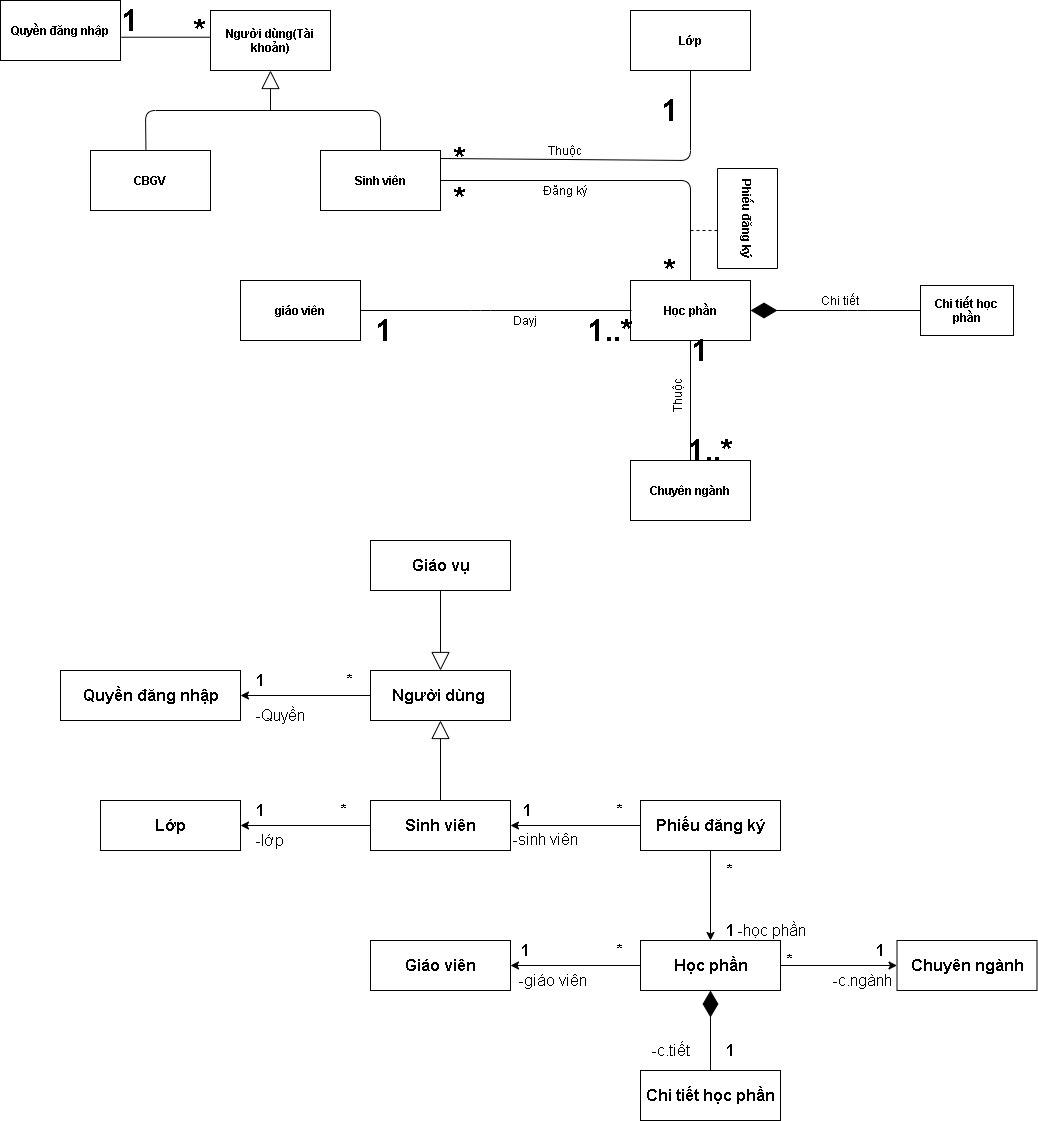
Dat0309/Cong-Nghe-Phan-Mem keeps this draw.io diagram as Ctk43/Phần Mềm Đăng Ký Học Phần/Class Diagram.drawio.png. Above is the earlier version. Source tidied: cells renumbered, new cells last; positions are measured from the earlier drawing's top-left corner, leaving out a move shared by most shapes.
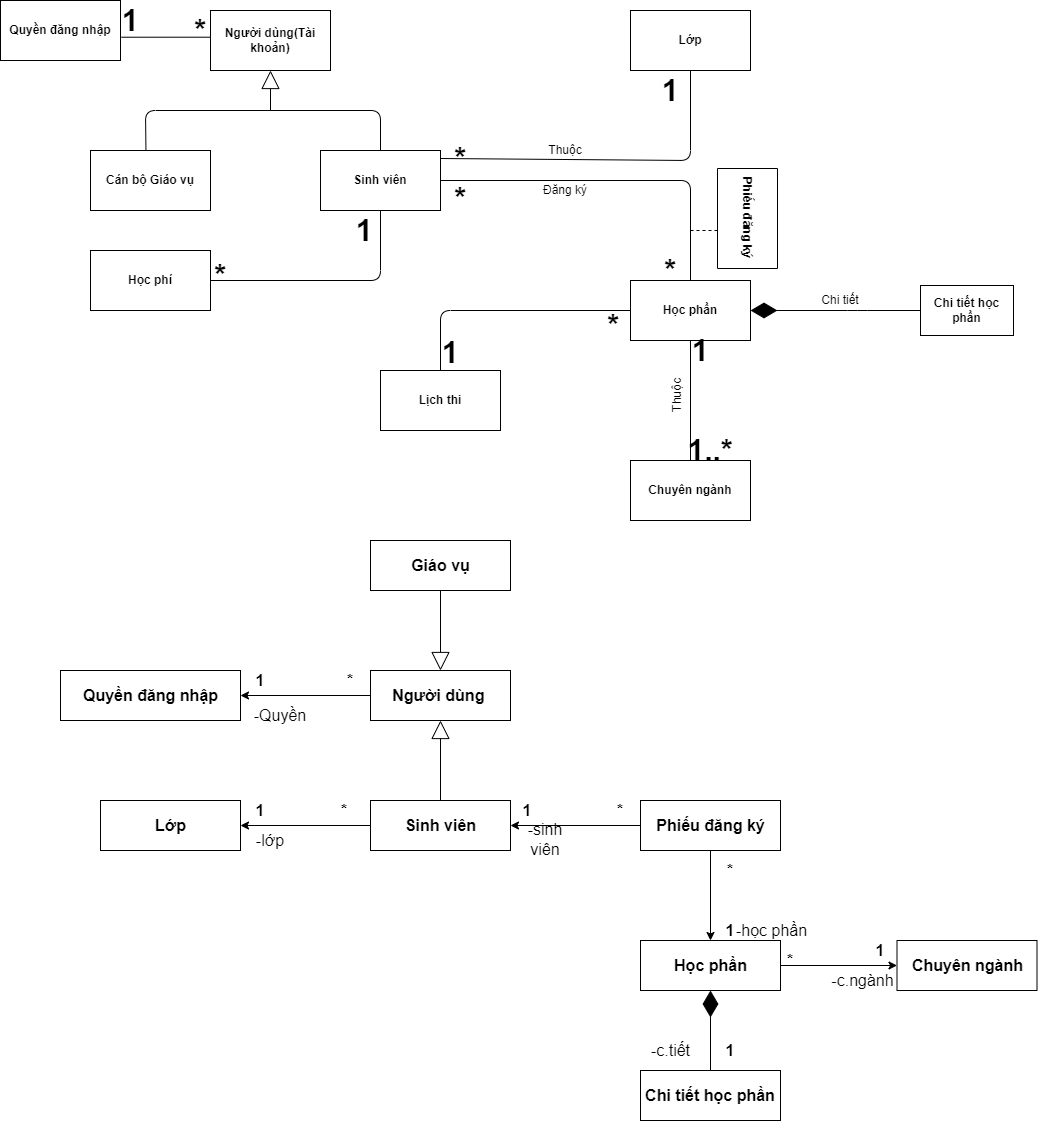
After the commit.

The edit, as a diff of the source:
```diff
@@ -14,7 +14,7 @@
     <mxCell id="5" value="&lt;b&gt;Quyền đăng nhập&lt;/b&gt;" style="rounded=0;whiteSpace=wrap;html=1;" parent="1" vertex="1">
       <mxGeometry width="120" height="60" as="geometry" />
     </mxCell>
-    <mxCell id="6" value="&lt;b&gt;CBGV&lt;/b&gt;" style="rounded=0;whiteSpace=wrap;html=1;" parent="1" vertex="1">
+    <mxCell id="6" value="&lt;b&gt;Cán bộ Giáo vụ&lt;/b&gt;" style="rounded=0;whiteSpace=wrap;html=1;" parent="1" vertex="1">
       <mxGeometry x="90" y="150" width="120" height="60" as="geometry" />
     </mxCell>
     <mxCell id="7" value="&lt;b&gt;Lớp&lt;/b&gt;" style="rounded=0;whiteSpace=wrap;html=1;" parent="1" vertex="1">
@@ -23,9 +23,6 @@
     <mxCell id="8" value="&lt;b&gt;Chuyên ngành&lt;br&gt;&lt;/b&gt;" style="rounded=0;whiteSpace=wrap;html=1;" parent="1" vertex="1">
       <mxGeometry x="630" y="460" width="120" height="60" as="geometry" />
     </mxCell>
-    <mxCell id="9" value="&lt;b&gt;giáo viên&lt;/b&gt;" style="rounded=0;whiteSpace=wrap;html=1;" parent="1" vertex="1">
-      <mxGeometry x="240" y="280" width="120" height="60" as="geometry" />
-    </mxCell>
     <mxCell id="10" style="edgeStyle=orthogonalEdgeStyle;rounded=0;orthogonalLoop=1;jettySize=auto;html=1;exitX=0.5;exitY=1;exitDx=0;exitDy=0;fontStyle=1;fontSize=16;" parent="1" edge="1">
       <mxGeometry relative="1" as="geometry">
         <mxPoint x="444" y="520" as="sourcePoint" />
@@ -58,14 +55,6 @@
     <mxCell id="15" style="endArrow=none;html=1;exitX=0.5;exitY=0;exitDx=0;exitDy=0;entryX=0.5;entryY=1;entryDx=0;entryDy=0;" parent="1" edge="1" source="8" target="4">
       <mxGeometry relative="1" as="geometry" />
     </mxCell>
-    <mxCell id="16" style="endArrow=none;html=1;exitX=1;exitY=0.5;exitDx=0;exitDy=0;" parent="1" edge="1" source="9">
-      <mxGeometry relative="1" as="geometry">
-        <mxPoint x="631" y="310" as="targetPoint" />
-        <Array as="points">
-          <mxPoint x="480" y="310" />
-        </Array>
-      </mxGeometry>
-    </mxCell>
     <mxCell id="17" style="endArrow=none;html=1;exitX=1.006;exitY=0.612;exitDx=0;exitDy=0;exitPerimeter=0;entryX=-0.001;entryY=0.445;entryDx=0;entryDy=0;entryPerimeter=0;" parent="1" edge="1" source="5" target="2">
       <mxGeometry relative="1" as="geometry" />
     </mxCell>
@@ -101,7 +90,7 @@
       <mxGeometry x="440" y="148" width="40" height="20" as="geometry" />
     </mxCell>
     <mxCell id="27" value="&lt;font style=&quot;font-size: 30px&quot;&gt;1&lt;/font&gt;" style="text;html=1;strokeColor=none;fillColor=none;align=center;verticalAlign=middle;whiteSpace=wrap;rounded=0;rotation=0;fontStyle=1;" parent="1" vertex="1">
-      <mxGeometry x="650" y="100" width="40" height="20" as="geometry" />
+      <mxGeometry x="650" y="80" width="40" height="20" as="geometry" />
     </mxCell>
     <mxCell id="28" value="&lt;font style=&quot;font-size: 30px&quot;&gt;*&lt;/font&gt;" style="text;html=1;strokeColor=none;fillColor=none;align=center;verticalAlign=middle;whiteSpace=wrap;rounded=0;rotation=0;fontStyle=1;" parent="1" vertex="1">
       <mxGeometry x="440" y="188" width="40" height="20" as="geometry" />
@@ -109,12 +98,6 @@
     <mxCell id="29" value="&lt;font style=&quot;font-size: 30px&quot;&gt;*&lt;/font&gt;" style="text;html=1;strokeColor=none;fillColor=none;align=center;verticalAlign=middle;whiteSpace=wrap;rounded=0;rotation=0;fontStyle=1;" parent="1" vertex="1">
       <mxGeometry x="650" y="260" width="40" height="20" as="geometry" />
     </mxCell>
-    <mxCell id="30" value="&lt;font style=&quot;font-size: 30px&quot;&gt;1&lt;/font&gt;" style="text;html=1;strokeColor=none;fillColor=none;align=center;verticalAlign=middle;whiteSpace=wrap;rounded=0;rotation=0;fontStyle=1;" parent="1" vertex="1">
-      <mxGeometry x="364" y="320" width="40" height="20" as="geometry" />
-    </mxCell>
-    <mxCell id="31" value="&lt;font style=&quot;font-size: 30px&quot;&gt;1..*&lt;/font&gt;" style="text;html=1;strokeColor=none;fillColor=none;align=center;verticalAlign=middle;whiteSpace=wrap;rounded=0;rotation=0;fontStyle=1;" parent="1" vertex="1">
-      <mxGeometry x="590" y="320" width="40" height="20" as="geometry" />
-    </mxCell>
     <mxCell id="32" value="&lt;font style=&quot;font-size: 30px&quot;&gt;*&lt;/font&gt;" style="text;html=1;strokeColor=none;fillColor=none;align=center;verticalAlign=middle;whiteSpace=wrap;rounded=0;rotation=0;fontStyle=1;" parent="1" vertex="1">
       <mxGeometry x="180" y="20" width="40" height="20" as="geometry" />
     </mxCell>
@@ -134,9 +117,6 @@
         <mxPoint x="270" y="110" as="sourcePoint" />
       </mxGeometry>
     </mxCell>
-    <mxCell id="36" value="Dayj" style="text;html=1;strokeColor=none;fillColor=none;align=center;verticalAlign=middle;whiteSpace=wrap;rounded=0;" parent="1" vertex="1">
-      <mxGeometry x="500" y="310" width="50" height="20" as="geometry" />
-    </mxCell>
     <mxCell id="37" value="Quyền đăng nhập" style="html=1;fontStyle=1;fontSize=16;" parent="1" vertex="1">
       <mxGeometry x="60" y="670" width="180" height="50" as="geometry" />
     </mxCell>
@@ -182,12 +162,6 @@
     <mxCell id="51" style="endArrow=classic;html=1;entryX=0;entryY=0.5;entryDx=0;entryDy=0;exitX=1;exitY=0.5;exitDx=0;exitDy=0;fontStyle=1;fontSize=16;" parent="1" edge="1" source="48" target="50">
       <mxGeometry relative="1" as="geometry" />
     </mxCell>
-    <mxCell id="52" value="Giáo viên" style="html=1;fontStyle=1;fontSize=16;" parent="1" vertex="1">
-      <mxGeometry x="370" y="940" width="140" height="50" as="geometry" />
-    </mxCell>
-    <mxCell id="53" style="endArrow=classic;html=1;entryX=1;entryY=0.5;entryDx=0;entryDy=0;exitX=0;exitY=0.5;exitDx=0;exitDy=0;fontStyle=1;fontSize=16;" parent="1" edge="1" source="48" target="52">
-      <mxGeometry relative="1" as="geometry" />
-    </mxCell>
     <mxCell id="54" value="&lt;span style=&quot;font-size: 16px;&quot;&gt;Chi tiết học phần&lt;/span&gt;" style="rounded=0;whiteSpace=wrap;html=1;fontStyle=1;fontSize=16;" parent="1" vertex="1">
       <mxGeometry x="640" y="1070" width="140" height="50" as="geometry" />
     </mxCell>
@@ -218,12 +192,6 @@
     <mxCell id="63" value="&lt;font style=&quot;font-size: 16px;&quot;&gt;1&lt;/font&gt;" style="text;html=1;strokeColor=none;fillColor=none;align=center;verticalAlign=middle;whiteSpace=wrap;rounded=0;rotation=0;fontStyle=1;fontSize=16;" parent="1" vertex="1">
       <mxGeometry x="710" y="920" width="40" height="20" as="geometry" />
     </mxCell>
-    <mxCell id="64" value="&lt;font style=&quot;font-size: 16px;&quot;&gt;1&lt;/font&gt;" style="text;html=1;strokeColor=none;fillColor=none;align=center;verticalAlign=middle;whiteSpace=wrap;rounded=0;rotation=0;fontStyle=1;fontSize=16;" parent="1" vertex="1">
-      <mxGeometry x="505" y="940" width="40" height="20" as="geometry" />
-    </mxCell>
-    <mxCell id="65" value="&lt;font style=&quot;font-size: 16px;&quot;&gt;*&lt;/font&gt;" style="text;html=1;strokeColor=none;fillColor=none;align=center;verticalAlign=middle;whiteSpace=wrap;rounded=0;rotation=0;fontStyle=1;fontSize=16;" parent="1" vertex="1">
-      <mxGeometry x="600" y="940" width="40" height="20" as="geometry" />
-    </mxCell>
     <mxCell id="66" value="&lt;font style=&quot;font-size: 16px;&quot;&gt;*&lt;/font&gt;" style="text;html=1;strokeColor=none;fillColor=none;align=center;verticalAlign=middle;whiteSpace=wrap;rounded=0;rotation=0;fontStyle=1;fontSize=16;" parent="1" vertex="1">
       <mxGeometry x="770" y="950" width="40" height="20" as="geometry" />
     </mxCell>
@@ -242,9 +210,6 @@
     <mxCell id="71" value="&lt;font style=&quot;font-size: 16px&quot;&gt;-sinh viên&lt;/font&gt;" style="text;html=1;strokeColor=none;fillColor=none;align=center;verticalAlign=middle;whiteSpace=wrap;rounded=0;rotation=0;fontStyle=0;fontSize=16;" parent="1" vertex="1">
       <mxGeometry x="510" y="829" width="70" height="20" as="geometry" />
     </mxCell>
-    <mxCell id="72" value="&lt;font style=&quot;font-size: 16px&quot;&gt;-giáo viên&lt;/font&gt;" style="text;html=1;strokeColor=none;fillColor=none;align=center;verticalAlign=middle;whiteSpace=wrap;rounded=0;rotation=0;fontStyle=0;fontSize=16;" parent="1" vertex="1">
-      <mxGeometry x="515" y="970" width="75" height="20" as="geometry" />
-    </mxCell>
     <mxCell id="73" value="&lt;font style=&quot;font-size: 16px&quot;&gt;-học phần&lt;/font&gt;" style="text;html=1;strokeColor=none;fillColor=none;align=center;verticalAlign=middle;whiteSpace=wrap;rounded=0;rotation=0;fontStyle=0;fontSize=16;" parent="1" vertex="1">
       <mxGeometry x="734" y="920" width="75" height="20" as="geometry" />
     </mxCell>
@@ -254,5 +219,37 @@
     <mxCell id="75" value="-c.tiết" style="text;html=1;strokeColor=none;fillColor=none;align=center;verticalAlign=middle;whiteSpace=wrap;rounded=0;rotation=0;fontStyle=0;fontSize=16;" parent="1" vertex="1">
       <mxGeometry x="632.5" y="1040" width="75" height="20" as="geometry" />
     </mxCell>
+    <mxCell id="76" style="endArrow=none;html=1;entryX=0.5;entryY=1;entryDx=0;entryDy=0;exitX=1;exitY=0.5;exitDx=0;exitDy=0;" parent="1" edge="1" source="77" target="3">
+      <mxGeometry relative="1" as="geometry">
+        <Array as="points">
+          <mxPoint x="380" y="280" />
+        </Array>
+      </mxGeometry>
+    </mxCell>
+    <mxCell id="77" value="&lt;span&gt;Học phí&lt;/span&gt;" style="rounded=0;whiteSpace=wrap;html=1;fontStyle=1;" parent="1" vertex="1">
+      <mxGeometry x="90" y="250" width="120" height="60" as="geometry" />
+    </mxCell>
+    <mxCell id="78" value="&lt;span&gt;Lịch thi&lt;/span&gt;" style="rounded=0;whiteSpace=wrap;html=1;fontStyle=1;" parent="1" vertex="1">
+      <mxGeometry x="380" y="370" width="120" height="60" as="geometry" />
+    </mxCell>
+    <mxCell id="79" style="endArrow=none;html=1;entryX=0;entryY=0.5;entryDx=0;entryDy=0;exitX=0.5;exitY=0;exitDx=0;exitDy=0;" parent="1" edge="1" source="78" target="4">
+      <mxGeometry relative="1" as="geometry">
+        <Array as="points">
+          <mxPoint x="440" y="310" />
+        </Array>
+      </mxGeometry>
+    </mxCell>
+    <mxCell id="80" value="&lt;font style=&quot;font-size: 30px&quot;&gt;1&lt;/font&gt;" style="text;html=1;strokeColor=none;fillColor=none;align=center;verticalAlign=middle;whiteSpace=wrap;rounded=0;rotation=0;fontStyle=1;" parent="1" vertex="1">
+      <mxGeometry x="344" y="220" width="40" height="20" as="geometry" />
+    </mxCell>
+    <mxCell id="81" value="&lt;font style=&quot;font-size: 30px&quot;&gt;*&lt;/font&gt;" style="text;html=1;strokeColor=none;fillColor=none;align=center;verticalAlign=middle;whiteSpace=wrap;rounded=0;rotation=0;fontStyle=1;" parent="1" vertex="1">
+      <mxGeometry x="200" y="265" width="40" height="20" as="geometry" />
+    </mxCell>
+    <mxCell id="82" value="&lt;font style=&quot;font-size: 30px&quot;&gt;1&lt;/font&gt;" style="text;html=1;strokeColor=none;fillColor=none;align=center;verticalAlign=middle;whiteSpace=wrap;rounded=0;rotation=0;fontStyle=1;" parent="1" vertex="1">
+      <mxGeometry x="430" y="342" width="40" height="20" as="geometry" />
+    </mxCell>
+    <mxCell id="83" value="&lt;font style=&quot;font-size: 30px&quot;&gt;*&lt;/font&gt;" style="text;html=1;strokeColor=none;fillColor=none;align=center;verticalAlign=middle;whiteSpace=wrap;rounded=0;rotation=0;fontStyle=1;" parent="1" vertex="1">
+      <mxGeometry x="592.5" y="315" width="40" height="20" as="geometry" />
+    </mxCell>
   </root>
 </mxGraphModel>
```
